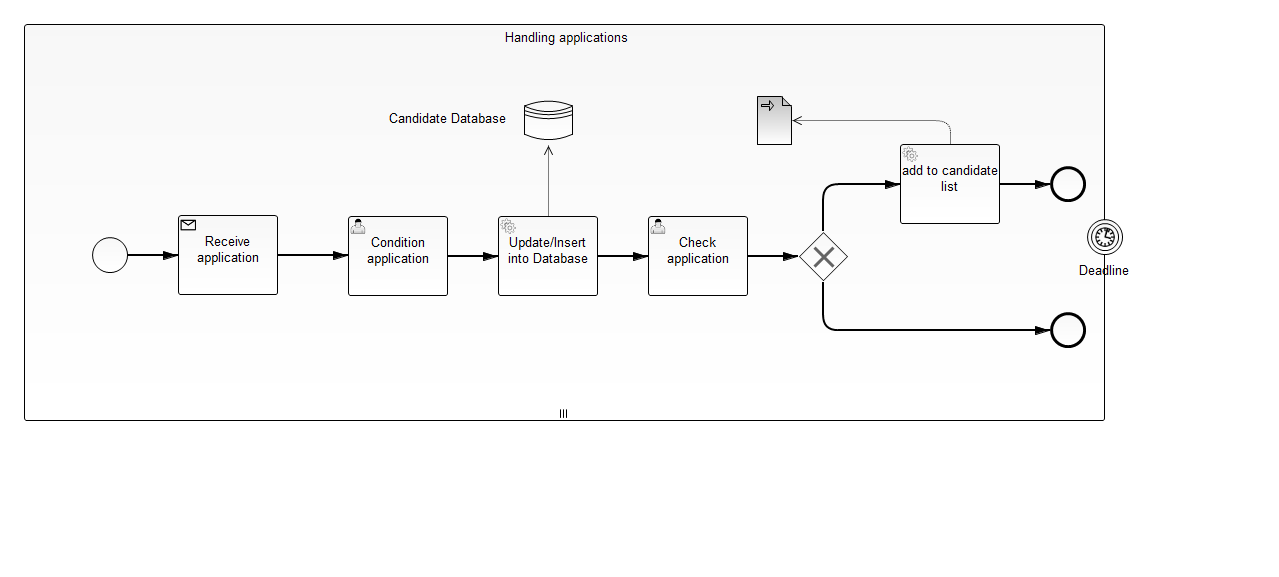
Before: src/main/resources/handle_applications.png, a diagram exported from BPMN (SandraLe/WEPLACM). Its source is kept beside it as src/main/resources/handle_applications.bpmn. Ids are renumbered. The source it was exported from:
```xml
<bpmn2:definitions xmlns:xsi="http://www.w3.org/2001/XMLSchema-instance" xmlns:bpmn2="http://www.omg.org/spec/BPMN/20100524/MODEL" xmlns:bpmndi="http://www.omg.org/spec/BPMN/20100524/DI" xmlns:dc="http://www.omg.org/spec/DD/20100524/DC" xmlns:di="http://www.omg.org/spec/DD/20100524/DI" xsi:schemaLocation="http://www.omg.org/spec/BPMN/20100524/MODEL BPMN20.xsd" id="_qwnZwAk-EeWftNyabiApZA" exporter="camunda modeler" exporterVersion="2.7.0" targetNamespace="http://activiti.org/bpmn">
  <bpmn2:process id="handle_application" isExecutable="true">
    <bpmn2:ioSpecification id="InputOutputSpecification_1">
      <bpmn2:dataInput id="DataInput_CandidateList">
        <bpmn2:documentation>Candidate List</bpmn2:documentation>
      </bpmn2:dataInput>
    </bpmn2:ioSpecification>
    <bpmn2:subProcess id="SubProcess_handling_application" name="Handling applications">
      <bpmn2:multiInstanceLoopCharacteristics/>
      <bpmn2:dataStoreReference id="_DataStoreReference_Candidate_Database" name="Candidate Database" dataStoreRef="DataStore_1"/>
      <bpmn2:receiveTask id="ReceiveTask_receive_application" name="Receive application">
        <bpmn2:incoming>SequenceFlow_7</bpmn2:incoming>
        <bpmn2:outgoing>SequenceFlow_4</bpmn2:outgoing>
      </bpmn2:receiveTask>
      <bpmn2:sequenceFlow id="SequenceFlow_4" name="" sourceRef="ReceiveTask_receive_application" targetRef="UserTask_condition_application"/>
      <bpmn2:userTask id="UserTask_condition_application" name="Condition application">
        <bpmn2:incoming>SequenceFlow_4</bpmn2:incoming>
        <bpmn2:outgoing>SequenceFlow_Candidate_to_Database</bpmn2:outgoing>
      </bpmn2:userTask>
      <bpmn2:sequenceFlow id="SequenceFlow_Candidate_to_Database" sourceRef="UserTask_condition_application" targetRef="ServiceTask_1"/>
      <bpmn2:startEvent id="StartEvent_3">
        <bpmn2:outgoing>SequenceFlow_7</bpmn2:outgoing>
      </bpmn2:startEvent>
      <bpmn2:sequenceFlow id="SequenceFlow_7" name="" sourceRef="StartEvent_3" targetRef="ReceiveTask_receive_application"/>
      <bpmn2:serviceTask id="ServiceTask_1" name="Update/Insert into Database">
        <bpmn2:incoming>SequenceFlow_Candidate_to_Database</bpmn2:incoming>
        <bpmn2:outgoing>SequenceFlow_10</bpmn2:outgoing>
        <bpmn2:dataOutputAssociation id="DataOutputAssociation_4">
          <bpmn2:targetRef>_DataStoreReference_Candidate_Database</bpmn2:targetRef>
        </bpmn2:dataOutputAssociation>
      </bpmn2:serviceTask>
      <bpmn2:sequenceFlow id="SequenceFlow_10" name="" sourceRef="ServiceTask_1" targetRef="UserTask_Check_Application"/>
      <bpmn2:userTask id="UserTask_Check_Application" name="Check application">
        <bpmn2:incoming>SequenceFlow_10</bpmn2:incoming>
        <bpmn2:outgoing>SequenceFlow_11</bpmn2:outgoing>
      </bpmn2:userTask>
      <bpmn2:sequenceFlow id="SequenceFlow_11" name="" sourceRef="UserTask_Check_Application" targetRef="ExclusiveGateway_1"/>
      <bpmn2:exclusiveGateway id="ExclusiveGateway_1">
        <bpmn2:incoming>SequenceFlow_11</bpmn2:incoming>
        <bpmn2:outgoing>SequenceFlow_12</bpmn2:outgoing>
        <bpmn2:outgoing>SequenceFlow_14</bpmn2:outgoing>
      </bpmn2:exclusiveGateway>
      <bpmn2:sequenceFlow id="SequenceFlow_12" name="" sourceRef="ExclusiveGateway_1" targetRef="ServiceTask_Add_to_Candidate_List"/>
      <bpmn2:sequenceFlow id="SequenceFlow_14" name="" sourceRef="ExclusiveGateway_1" targetRef="EndEvent_7"/>
      <bpmn2:endEvent id="EndEvent_7">
        <bpmn2:incoming>SequenceFlow_14</bpmn2:incoming>
      </bpmn2:endEvent>
      <bpmn2:serviceTask id="ServiceTask_Add_to_Candidate_List" name="add to candidate list">
        <bpmn2:incoming>SequenceFlow_12</bpmn2:incoming>
        <bpmn2:outgoing>SequenceFlow_13</bpmn2:outgoing>
        <bpmn2:dataOutputAssociation id="DataOutputAssociation_2">
          <bpmn2:targetRef>DataInput_CandidateList</bpmn2:targetRef>
        </bpmn2:dataOutputAssociation>
      </bpmn2:serviceTask>
      <bpmn2:sequenceFlow id="SequenceFlow_13" name="" sourceRef="ServiceTask_Add_to_Candidate_List" targetRef="EndEvent_6"/>
      <bpmn2:endEvent id="EndEvent_6">
        <bpmn2:incoming>SequenceFlow_13</bpmn2:incoming>
      </bpmn2:endEvent>
    </bpmn2:subProcess>
    <bpmn2:boundaryEvent id="BoundaryEvent_Application_Deadline" name="Deadline" attachedToRef="SubProcess_handling_application">
      <bpmn2:timerEventDefinition id="_TimerEventDefinition_5"/>
    </bpmn2:boundaryEvent>
  </bpmn2:process>
  <bpmn2:dataStore id="DataStore_1" name="Data Store 1"/>
  <bpmndi:BPMNDiagram id="BPMNDiagram_1">
    <bpmndi:BPMNPlane id="BPMNPlane_1" bpmnElement="Process_1">
      <bpmndi:BPMNShape id="_BPMNShape_SubProcess_2" bpmnElement="SubProcess_handling_application" isExpanded="true">
        <dc:Bounds height="397.0" width="1081.0" x="24.0" y="24.0"/>
      </bpmndi:BPMNShape>
      <bpmndi:BPMNShape id="_BPMNShape_ReceiveTask_2" bpmnElement="ReceiveTask_receive_application">
        <dc:Bounds height="80.0" width="100.0" x="178.0" y="215.0"/>
      </bpmndi:BPMNShape>
      <bpmndi:BPMNShape id="_BPMNShape_UserTask_2" bpmnElement="UserTask_condition_application">
        <dc:Bounds height="80.0" width="100.0" x="348.0" y="216.0"/>
      </bpmndi:BPMNShape>
      <bpmndi:BPMNEdge id="BPMNEdge_SequenceFlow_4" bpmnElement="SequenceFlow_4" sourceElement="_BPMNShape_ReceiveTask_2" targetElement="_BPMNShape_UserTask_2">
        <di:waypoint xsi:type="dc:Point" x="278.0" y="255.0"/>
        <di:waypoint xsi:type="dc:Point" x="348.0" y="256.0"/>
        <bpmndi:BPMNLabel>
          <dc:Bounds height="6.0" width="6.0" x="353.0" y="225.0"/>
        </bpmndi:BPMNLabel>
      </bpmndi:BPMNEdge>
      <bpmndi:BPMNShape id="_BPMNShape_StartEvent_10" bpmnElement="StartEvent_3">
        <dc:Bounds height="36.0" width="36.0" x="92.0" y="237.0"/>
        <bpmndi:BPMNLabel>
          <dc:Bounds height="0.0" width="0.0" x="110.0" y="278.0"/>
        </bpmndi:BPMNLabel>
      </bpmndi:BPMNShape>
      <bpmndi:BPMNEdge id="BPMNEdge_SequenceFlow_7" bpmnElement="SequenceFlow_7" sourceElement="_BPMNShape_StartEvent_10" targetElement="_BPMNShape_ReceiveTask_2">
        <di:waypoint xsi:type="dc:Point" x="128.0" y="255.0"/>
        <di:waypoint xsi:type="dc:Point" x="178.0" y="255.0"/>
        <bpmndi:BPMNLabel>
          <dc:Bounds height="6.0" width="6.0" x="150.0" y="255.0"/>
        </bpmndi:BPMNLabel>
      </bpmndi:BPMNEdge>
      <bpmndi:BPMNShape id="_BPMNShape_BoundaryEvent_3" bpmnElement="BoundaryEvent_Application_Deadline">
        <dc:Bounds height="36.0" width="36.0" x="1087.0" y="219.0"/>
        <bpmndi:BPMNLabel>
          <dc:Bounds height="25.0" width="70.0" x="1070.0" y="260.0"/>
        </bpmndi:BPMNLabel>
      </bpmndi:BPMNShape>
      <bpmndi:BPMNShape id="_BPMNShape_ServiceTask_2" bpmnElement="ServiceTask_1">
        <dc:Bounds height="80.0" width="100.0" x="498.0" y="216.0"/>
      </bpmndi:BPMNShape>
      <bpmndi:BPMNEdge id="BPMNEdge_SequenceFlow_9" bpmnElement="SequenceFlow_Candidate_to_Database" sourceElement="_BPMNShape_UserTask_2" targetElement="_BPMNShape_ServiceTask_2">
        <di:waypoint xsi:type="dc:Point" x="448.0" y="256.0"/>
        <di:waypoint xsi:type="dc:Point" x="498.0" y="256.0"/>
        <bpmndi:BPMNLabel>
          <dc:Bounds height="0.0" width="0.0" x="473.0" y="256.0"/>
        </bpmndi:BPMNLabel>
      </bpmndi:BPMNEdge>
      <bpmndi:BPMNShape id="_BPMNShape_DataStoreReference_2" bpmnElement="_DataStoreReference_Candidate_Database">
        <dc:Bounds height="50.0" width="50.0" x="523.0" y="95.0"/>
        <bpmndi:BPMNLabel>
          <dc:Bounds height="25.0" width="154.0" x="371.0" y="108.0"/>
        </bpmndi:BPMNLabel>
      </bpmndi:BPMNShape>
      <bpmndi:BPMNShape id="_BPMNShape_UserTask_5" bpmnElement="UserTask_Check_Application">
        <dc:Bounds height="80.0" width="100.0" x="648.0" y="216.0"/>
      </bpmndi:BPMNShape>
      <bpmndi:BPMNEdge id="BPMNEdge_SequenceFlow_10" bpmnElement="SequenceFlow_10" sourceElement="_BPMNShape_ServiceTask_2" targetElement="_BPMNShape_UserTask_5">
        <di:waypoint xsi:type="dc:Point" x="598.0" y="256.0"/>
        <di:waypoint xsi:type="dc:Point" x="648.0" y="256.0"/>
        <bpmndi:BPMNLabel>
          <dc:Bounds height="6.0" width="6.0" x="620.0" y="256.0"/>
        </bpmndi:BPMNLabel>
      </bpmndi:BPMNEdge>
      <bpmndi:BPMNShape id="_BPMNShape_ExclusiveGateway_2" bpmnElement="ExclusiveGateway_1" isMarkerVisible="true">
        <dc:Bounds height="50.0" width="50.0" x="798.0" y="231.0"/>
        <bpmndi:BPMNLabel>
          <dc:Bounds height="0.0" width="0.0" x="823.0" y="286.0"/>
        </bpmndi:BPMNLabel>
      </bpmndi:BPMNShape>
      <bpmndi:BPMNEdge id="BPMNEdge_SequenceFlow_11" bpmnElement="SequenceFlow_11" sourceElement="_BPMNShape_UserTask_5" targetElement="_BPMNShape_ExclusiveGateway_2">
        <di:waypoint xsi:type="dc:Point" x="748.0" y="256.0"/>
        <di:waypoint xsi:type="dc:Point" x="798.0" y="256.0"/>
        <bpmndi:BPMNLabel>
          <dc:Bounds height="6.0" width="6.0" x="770.0" y="256.0"/>
        </bpmndi:BPMNLabel>
      </bpmndi:BPMNEdge>
      <bpmndi:BPMNShape id="_BPMNShape_ServiceTask_3" bpmnElement="ServiceTask_Add_to_Candidate_List">
        <dc:Bounds height="80.0" width="100.0" x="900.0" y="144.0"/>
      </bpmndi:BPMNShape>
      <bpmndi:BPMNEdge id="BPMNEdge_SequenceFlow_12" bpmnElement="SequenceFlow_12" sourceElement="_BPMNShape_ExclusiveGateway_2" targetElement="_BPMNShape_ServiceTask_3">
        <di:waypoint xsi:type="dc:Point" x="823.0" y="231.0"/>
        <di:waypoint xsi:type="dc:Point" x="823.0" y="184.0"/>
        <di:waypoint xsi:type="dc:Point" x="900.0" y="184.0"/>
        <bpmndi:BPMNLabel>
          <dc:Bounds height="6.0" width="6.0" x="820.0" y="206.0"/>
        </bpmndi:BPMNLabel>
      </bpmndi:BPMNEdge>
      <bpmndi:BPMNShape id="_BPMNShape_EndEvent_12" bpmnElement="EndEvent_6">
        <dc:Bounds height="36.0" width="36.0" x="1050.0" y="166.0"/>
        <bpmndi:BPMNLabel>
          <dc:Bounds height="0.0" width="0.0" x="1068.0" y="207.0"/>
        </bpmndi:BPMNLabel>
      </bpmndi:BPMNShape>
      <bpmndi:BPMNEdge id="BPMNEdge_SequenceFlow_13" bpmnElement="SequenceFlow_13" sourceElement="_BPMNShape_ServiceTask_3" targetElement="_BPMNShape_EndEvent_12">
        <di:waypoint xsi:type="dc:Point" x="1000.0" y="184.0"/>
        <di:waypoint xsi:type="dc:Point" x="1050.0" y="184.0"/>
        <bpmndi:BPMNLabel>
          <dc:Bounds height="6.0" width="6.0" x="1023.0" y="197.0"/>
        </bpmndi:BPMNLabel>
      </bpmndi:BPMNEdge>
      <bpmndi:BPMNShape id="_BPMNShape_EndEvent_13" bpmnElement="EndEvent_7">
        <dc:Bounds height="36.0" width="36.0" x="1050.0" y="312.0"/>
        <bpmndi:BPMNLabel>
          <dc:Bounds height="0.0" width="0.0" x="1068.0" y="353.0"/>
        </bpmndi:BPMNLabel>
      </bpmndi:BPMNShape>
      <bpmndi:BPMNEdge id="BPMNEdge_SequenceFlow_14" bpmnElement="SequenceFlow_14" sourceElement="_BPMNShape_ExclusiveGateway_2" targetElement="_BPMNShape_EndEvent_13">
        <di:waypoint xsi:type="dc:Point" x="823.0" y="281.0"/>
        <di:waypoint xsi:type="dc:Point" x="823.0" y="330.0"/>
        <di:waypoint xsi:type="dc:Point" x="949.0" y="330.0"/>
        <di:waypoint xsi:type="dc:Point" x="1050.0" y="330.0"/>
        <bpmndi:BPMNLabel>
          <dc:Bounds height="6.0" width="6.0" x="820.0" y="306.0"/>
        </bpmndi:BPMNLabel>
      </bpmndi:BPMNEdge>
      <bpmndi:BPMNShape id="_BPMNShape_DataInput_2" bpmnElement="DataInput_CandidateList">
        <dc:Bounds height="50.0" width="36.0" x="756.0" y="95.0"/>
        <bpmndi:BPMNLabel>
          <dc:Bounds height="0.0" width="0.0" x="774.0" y="150.0"/>
        </bpmndi:BPMNLabel>
      </bpmndi:BPMNShape>
      <bpmndi:BPMNEdge id="BPMNEdge_DataOutputAssociation_2" bpmnElement="DataOutputAssociation_2" sourceElement="_BPMNShape_ServiceTask_3" targetElement="_BPMNShape_DataInput_2">
        <di:waypoint xsi:type="dc:Point" x="950.0" y="144.0"/>
        <di:waypoint xsi:type="dc:Point" x="950.0" y="120.0"/>
        <di:waypoint xsi:type="dc:Point" x="792.0" y="120.0"/>
      </bpmndi:BPMNEdge>
      <bpmndi:BPMNEdge id="BPMNEdge_DataOutputAssociation_4" bpmnElement="DataOutputAssociation_4" sourceElement="_BPMNShape_ServiceTask_2" targetElement="_BPMNShape_DataStoreReference_2">
        <di:waypoint xsi:type="dc:Point" x="548.0" y="216.0"/>
        <di:waypoint xsi:type="dc:Point" x="548.0" y="145.0"/>
      </bpmndi:BPMNEdge>
    </bpmndi:BPMNPlane>
  </bpmndi:BPMNDiagram>
</bpmn2:definitions>
```
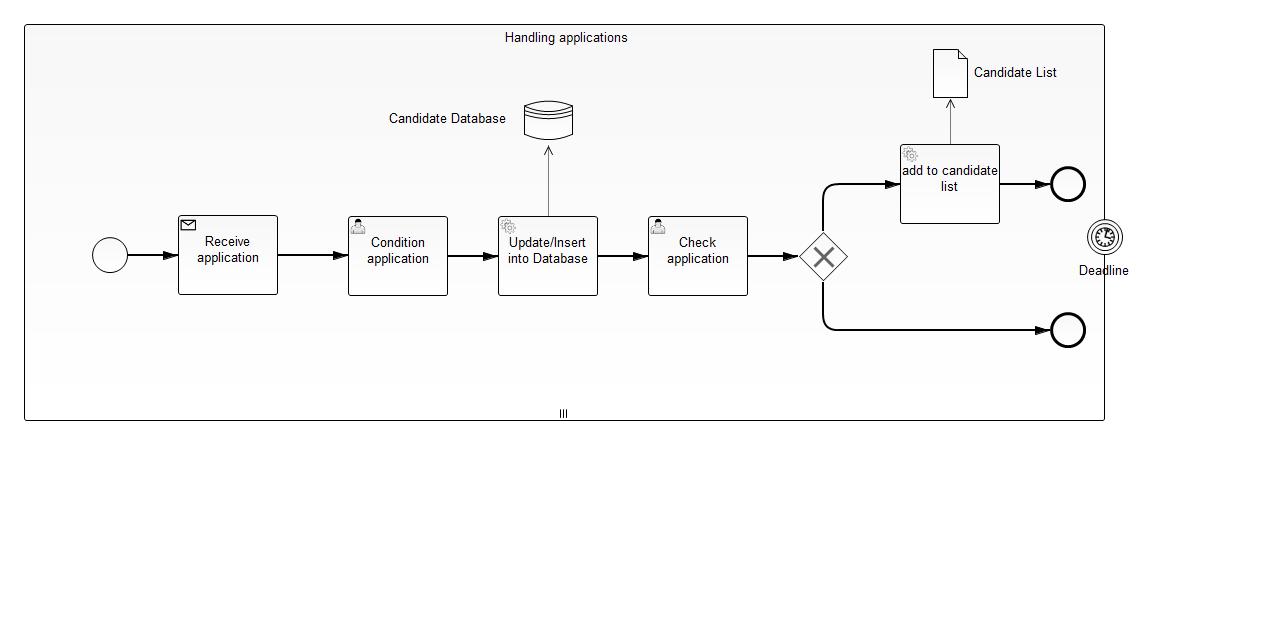
Above is the later version.

What changed in the source:
```diff
@@ -1,10 +1,6 @@
 <bpmn2:definitions xmlns:xsi="http://www.w3.org/2001/XMLSchema-instance" xmlns:bpmn2="http://www.omg.org/spec/BPMN/20100524/MODEL" xmlns:bpmndi="http://www.omg.org/spec/BPMN/20100524/DI" xmlns:dc="http://www.omg.org/spec/DD/20100524/DC" xmlns:di="http://www.omg.org/spec/DD/20100524/DI" xsi:schemaLocation="http://www.omg.org/spec/BPMN/20100524/MODEL BPMN20.xsd" id="_qwnZwAk-EeWftNyabiApZA" exporter="camunda modeler" exporterVersion="2.7.0" targetNamespace="http://activiti.org/bpmn">
   <bpmn2:process id="handle_application" isExecutable="true">
-    <bpmn2:ioSpecification id="InputOutputSpecification_1">
-      <bpmn2:dataInput id="DataInput_CandidateList">
-        <bpmn2:documentation>Candidate List</bpmn2:documentation>
-      </bpmn2:dataInput>
-    </bpmn2:ioSpecification>
+    <bpmn2:ioSpecification id="InputOutputSpecification_1"/>
     <bpmn2:subProcess id="SubProcess_handling_application" name="Handling applications">
       <bpmn2:multiInstanceLoopCharacteristics/>
       <bpmn2:dataStoreReference id="_DataStoreReference_Candidate_Database" name="Candidate Database" dataStoreRef="DataStore_1"/>
@@ -48,14 +44,16 @@
       <bpmn2:serviceTask id="ServiceTask_Add_to_Candidate_List" name="add to candidate list">
         <bpmn2:incoming>SequenceFlow_12</bpmn2:incoming>
         <bpmn2:outgoing>SequenceFlow_13</bpmn2:outgoing>
-        <bpmn2:dataOutputAssociation id="DataOutputAssociation_2">
-          <bpmn2:targetRef>DataInput_CandidateList</bpmn2:targetRef>
+        <bpmn2:dataOutputAssociation id="DataOutputAssociation_1">
+          <bpmn2:targetRef>DataObjectReference_1</bpmn2:targetRef>
         </bpmn2:dataOutputAssociation>
       </bpmn2:serviceTask>
       <bpmn2:sequenceFlow id="SequenceFlow_13" name="" sourceRef="ServiceTask_Add_to_Candidate_List" targetRef="EndEvent_6"/>
       <bpmn2:endEvent id="EndEvent_6">
         <bpmn2:incoming>SequenceFlow_13</bpmn2:incoming>
       </bpmn2:endEvent>
+      <bpmn2:dataObject id="DataObject_1" name="Data Object 1"/>
+      <bpmn2:dataObjectReference id="DataObjectReference_1" name="Candidate List" dataObjectRef="DataObject_1"/>
     </bpmn2:subProcess>
     <bpmn2:boundaryEvent id="BoundaryEvent_Application_Deadline" name="Deadline" attachedToRef="SubProcess_handling_application">
       <bpmn2:timerEventDefinition id="_TimerEventDefinition_5"/>
@@ -177,21 +175,20 @@
           <dc:Bounds height="6.0" width="6.0" x="820.0" y="306.0"/>
         </bpmndi:BPMNLabel>
       </bpmndi:BPMNEdge>
-      <bpmndi:BPMNShape id="_BPMNShape_DataInput_2" bpmnElement="DataInput_CandidateList">
-        <dc:Bounds height="50.0" width="36.0" x="756.0" y="95.0"/>
-        <bpmndi:BPMNLabel>
-          <dc:Bounds height="0.0" width="0.0" x="774.0" y="150.0"/>
-        </bpmndi:BPMNLabel>
-      </bpmndi:BPMNShape>
-      <bpmndi:BPMNEdge id="BPMNEdge_DataOutputAssociation_2" bpmnElement="DataOutputAssociation_2" sourceElement="_BPMNShape_ServiceTask_3" targetElement="_BPMNShape_DataInput_2">
-        <di:waypoint xsi:type="dc:Point" x="950.0" y="144.0"/>
-        <di:waypoint xsi:type="dc:Point" x="950.0" y="120.0"/>
-        <di:waypoint xsi:type="dc:Point" x="792.0" y="120.0"/>
-      </bpmndi:BPMNEdge>
       <bpmndi:BPMNEdge id="BPMNEdge_DataOutputAssociation_4" bpmnElement="DataOutputAssociation_4" sourceElement="_BPMNShape_ServiceTask_2" targetElement="_BPMNShape_DataStoreReference_2">
         <di:waypoint xsi:type="dc:Point" x="548.0" y="216.0"/>
         <di:waypoint xsi:type="dc:Point" x="548.0" y="145.0"/>
       </bpmndi:BPMNEdge>
+      <bpmndi:BPMNShape id="_BPMNShape_DataObjectReference_4" bpmnElement="DataObjectReference_1">
+        <dc:Bounds height="50.0" width="36.0" x="932.0" y="48.0"/>
+        <bpmndi:BPMNLabel>
+          <dc:Bounds height="22.0" width="89.0" x="972.0" y="62.0"/>
+        </bpmndi:BPMNLabel>
+      </bpmndi:BPMNShape>
+      <bpmndi:BPMNEdge id="BPMNEdge_DataOutputAssociation_1" bpmnElement="DataOutputAssociation_1" sourceElement="_BPMNShape_ServiceTask_3" targetElement="_BPMNShape_DataObjectReference_4">
+        <di:waypoint xsi:type="dc:Point" x="950.0" y="144.0"/>
+        <di:waypoint xsi:type="dc:Point" x="950.0" y="98.0"/>
+      </bpmndi:BPMNEdge>
     </bpmndi:BPMNPlane>
   </bpmndi:BPMNDiagram>
 </bpmn2:definitions>
```
